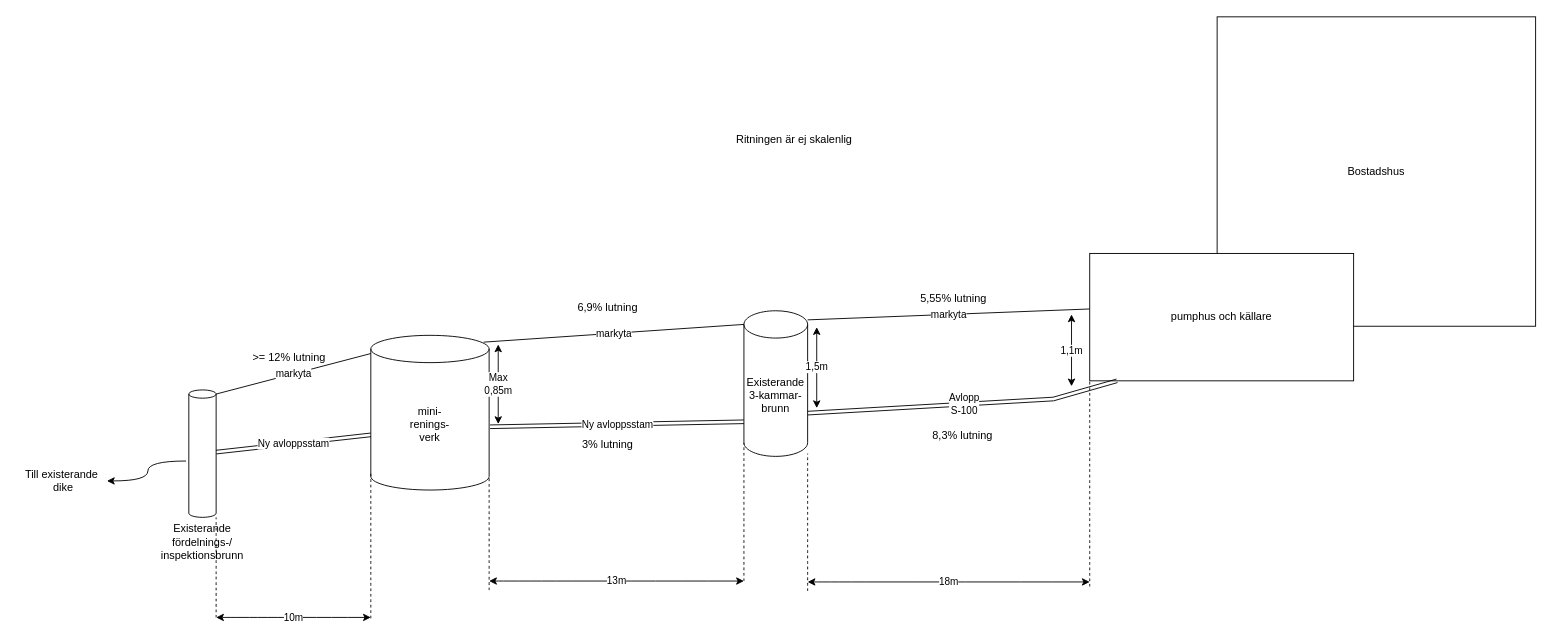
This is avlopp/avlopp.drawio from arizon-dread/drawio, a draw.io file, before an edit. Source tidied: cells renumbered, new cells numbered last; positions are measured from the earlier drawing's top-left corner, leaving out a move shared by most shapes. Both pictures are drawn from the tidied source at 91%, with x=0, y=0 at pixel (15, 16).
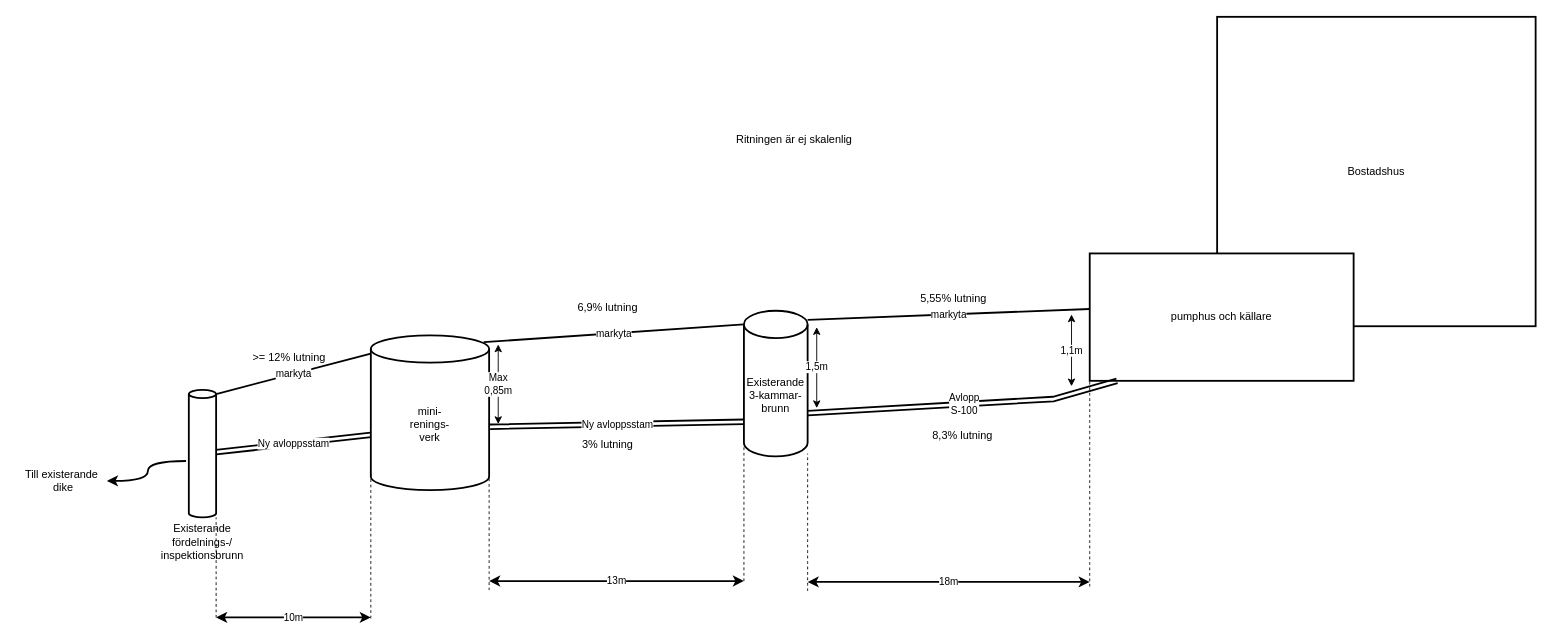
After the change.

Commit message:
fetare linjer

The change refers to these unchanged cells:
```xml
<mxCell id="12" value="Till existerande&lt;br&gt;&amp;nbsp;dike" style="text;html=1;align=center;verticalAlign=middle;points=[];strokeColor=none;fillColor=none;" parent="1" vertex="1">
  <mxGeometry y="490" width="100" height="40" as="geometry" />
</mxCell>
```

The edit, as a diff of the source:
```diff
@@
-    <mxCell id="2" value="Bostadshus" style="rounded=0;whiteSpace=wrap;html=1;" parent="1" vertex="1">
+    <mxCell id="2" value="Bostadshus" style="rounded=0;whiteSpace=wrap;html=1;strokeWidth=2;" parent="1" vertex="1">
       <mxGeometry x="1320" width="350" height="340" as="geometry" />
     </mxCell>
-    <mxCell id="3" value="pumphus och källare" style="rounded=0;whiteSpace=wrap;html=1;" parent="1" vertex="1">
+    <mxCell id="3" value="pumphus och källare" style="rounded=0;whiteSpace=wrap;html=1;strokeWidth=2;" parent="1" vertex="1">
       <mxGeometry x="1180" y="260" width="290" height="140" as="geometry" />
     </mxCell>
-    <mxCell id="4" value="Existerande&lt;br&gt;3-kammar-&lt;br&gt;brunn" style="shape=cylinder3;whiteSpace=wrap;html=1;boundedLbl=1;backgroundOutline=1;size=15;" parent="1" vertex="1">
+    <mxCell id="4" value="Existerande&lt;br&gt;3-kammar-&lt;br&gt;brunn" style="shape=cylinder3;whiteSpace=wrap;html=1;boundedLbl=1;backgroundOutline=1;size=15;strokeWidth=2;" parent="1" vertex="1">
       <mxGeometry x="800" y="323" width="70" height="160" as="geometry" />
     </mxCell>
-    <mxCell id="5" value="markyta" style="endArrow=none;html=1;rounded=0;exitX=1;exitY=0;exitDx=0;exitDy=15;exitPerimeter=0;entryX=0;entryY=0.436;entryDx=0;entryDy=0;entryPerimeter=0;" parent="1" edge="1" target="3">
+    <mxCell id="5" value="markyta" style="endArrow=none;html=1;rounded=0;exitX=1;exitY=0;exitDx=0;exitDy=15;exitPerimeter=0;entryX=0;entryY=0.436;entryDx=0;entryDy=0;entryPerimeter=0;strokeWidth=2;" parent="1" edge="1" target="3">
       <mxGeometry relative="1" as="geometry">
         <mxPoint x="870" y="333" as="sourcePoint" />
       </mxGeometry>
     </mxCell>
@@
-    <mxCell id="7" value="mini-&lt;br&gt;renings-&lt;br&gt;verk" style="shape=cylinder3;whiteSpace=wrap;html=1;boundedLbl=1;backgroundOutline=1;size=15;" parent="1" vertex="1">
+    <mxCell id="7" value="mini-&lt;br&gt;renings-&lt;br&gt;verk" style="shape=cylinder3;whiteSpace=wrap;html=1;boundedLbl=1;backgroundOutline=1;size=15;strokeWidth=2;" parent="1" vertex="1">
       <mxGeometry x="390" y="350" width="130" height="170" as="geometry" />
     </mxCell>
@@
-    <mxCell id="9" value="markyta" style="endArrow=none;html=1;rounded=0;exitX=0.954;exitY=0.044;exitDx=0;exitDy=0;exitPerimeter=0;entryX=0;entryY=0;entryDx=0;entryDy=15;entryPerimeter=0;" parent="1" edge="1" source="7" target="4">
+    <mxCell id="9" value="markyta" style="endArrow=none;html=1;rounded=0;exitX=0.954;exitY=0.044;exitDx=0;exitDy=0;exitPerimeter=0;entryX=0;entryY=0;entryDx=0;entryDy=15;entryPerimeter=0;strokeWidth=2;" parent="1" edge="1" source="7" target="4">
       <mxGeometry relative="1" as="geometry" />
     </mxCell>
-    <mxCell id="10" style="edgeStyle=orthogonalEdgeStyle;rounded=0;jettySize=auto;html=1;curved=1;exitX=-0.102;exitY=0.558;exitDx=0;exitDy=0;exitPerimeter=0;" parent="1" edge="1" source="11" target="12">
+    <mxCell id="10" style="edgeStyle=orthogonalEdgeStyle;rounded=0;jettySize=auto;html=1;curved=1;exitX=-0.102;exitY=0.558;exitDx=0;exitDy=0;exitPerimeter=0;strokeWidth=2;" parent="1" edge="1" source="11" target="12">
       <mxGeometry relative="1" as="geometry" />
     </mxCell>
-    <mxCell id="11" value="&lt;br&gt;&lt;br&gt;&lt;br&gt;&lt;br&gt;&lt;br&gt;&lt;br&gt;&lt;br&gt;&lt;br&gt;&lt;br&gt;&lt;br&gt;&lt;br&gt;&lt;br&gt;&lt;br&gt;Existerande&lt;br&gt;fördelnings-/&lt;br&gt;inspektionsbrunn" style="shape=cylinder3;whiteSpace=wrap;html=1;boundedLbl=1;backgroundOutline=1;size=4.52941176470614;" parent="1" vertex="1">
+    <mxCell id="11" value="&lt;br&gt;&lt;br&gt;&lt;br&gt;&lt;br&gt;&lt;br&gt;&lt;br&gt;&lt;br&gt;&lt;br&gt;&lt;br&gt;&lt;br&gt;&lt;br&gt;&lt;br&gt;&lt;br&gt;Existerande&lt;br&gt;fördelnings-/&lt;br&gt;inspektionsbrunn" style="shape=cylinder3;whiteSpace=wrap;html=1;boundedLbl=1;backgroundOutline=1;size=4.52941176470614;strokeWidth=2;" parent="1" vertex="1">
       <mxGeometry x="190" y="410" width="30" height="140" as="geometry" />
     </mxCell>
@@
-    <mxCell id="13" value="markyta" style="endArrow=none;html=1;rounded=0;exitX=1;exitY=0;exitDx=0;exitDy=4.52941176470614;exitPerimeter=0;entryX=0;entryY=0;entryDx=0;entryDy=15;entryPerimeter=0;" parent="1" edge="1" source="11">
+    <mxCell id="13" value="markyta" style="endArrow=none;html=1;rounded=0;exitX=1;exitY=0;exitDx=0;exitDy=4.52941176470614;exitPerimeter=0;entryX=0;entryY=0;entryDx=0;entryDy=15;entryPerimeter=0;strokeWidth=2;" parent="1" edge="1" source="11">
       <mxGeometry relative="1" as="geometry">
         <mxPoint x="390" y="370" as="targetPoint" />
       </mxGeometry>
     </mxCell>
-    <mxCell id="14" value="Avlopp&lt;br&gt;S-100" style="shape=link;html=1;rounded=0;strokeColor=default;startArrow=classic;startFill=1;curved=1;exitX=1;exitY=0;exitDx=0;exitDy=112.5;exitPerimeter=0;" parent="1" edge="1" source="4">
+    <mxCell id="14" value="Avlopp&lt;br&gt;S-100" style="shape=link;html=1;rounded=0;strokeColor=default;startArrow=classic;startFill=1;curved=1;exitX=1;exitY=0;exitDx=0;exitDy=112.5;exitPerimeter=0;strokeWidth=2;" parent="1" edge="1" source="4">
       <mxGeometry relative="1" as="geometry">
         <mxPoint x="1210" y="400" as="targetPoint" />
         <Array as="points">
           <mxPoint x="1140" y="420" />
         </Array>
       </mxGeometry>
     </mxCell>
@@
-    <mxCell id="18" value="Ny avloppsstam" style="shape=link;html=1;rounded=0;strokeColor=default;startArrow=classic;startFill=1;curved=1;exitX=1.008;exitY=0.591;exitDx=0;exitDy=0;exitPerimeter=0;" parent="1" edge="1" source="7">
+    <mxCell id="18" value="Ny avloppsstam" style="shape=link;html=1;rounded=0;strokeColor=default;startArrow=classic;startFill=1;curved=1;exitX=1.008;exitY=0.591;exitDx=0;exitDy=0;exitPerimeter=0;strokeWidth=2;" parent="1" edge="1" source="7">
       <mxGeometry relative="1" as="geometry">
         <mxPoint x="800" y="445" as="targetPoint" />
       </mxGeometry>
     </mxCell>
@@
-    <mxCell id="23" value="Ny avloppsstam" style="shape=link;html=1;rounded=0;strokeColor=default;startArrow=classic;startFill=1;curved=1;" parent="1" edge="1" source="11">
+    <mxCell id="23" value="Ny avloppsstam" style="shape=link;html=1;rounded=0;strokeColor=default;startArrow=classic;startFill=1;curved=1;strokeWidth=2;" parent="1" edge="1" source="11">
       <mxGeometry relative="1" as="geometry">
         <mxPoint x="390" y="459.4" as="targetPoint" />
       </mxGeometry>
     </mxCell>
@@
-    <mxCell id="26" value="18m" style="endArrow=classic;startArrow=classic;html=1;rounded=0;strokeColor=default;curved=1;" parent="1" edge="1">
+    <mxCell id="26" value="18m" style="endArrow=classic;startArrow=classic;html=1;rounded=0;strokeColor=default;curved=1;strokeWidth=2;" parent="1" edge="1">
       <mxGeometry relative="1" as="geometry">
         <mxPoint x="870" y="621" as="sourcePoint" />
         <mxPoint x="1180" y="621" as="targetPoint" />
       </mxGeometry>
     </mxCell>
@@
-    <mxCell id="29" value="13m" style="endArrow=classic;startArrow=classic;html=1;rounded=0;strokeColor=default;curved=1;" parent="1" edge="1">
+    <mxCell id="29" value="13m" style="endArrow=classic;startArrow=classic;html=1;rounded=0;strokeColor=default;curved=1;strokeWidth=2;" parent="1" edge="1">
       <mxGeometry relative="1" as="geometry">
         <mxPoint x="520" y="620" as="sourcePoint" />
         <mxPoint x="800" y="620" as="targetPoint" />
       </mxGeometry>
     </mxCell>
@@
-    <mxCell id="32" value="10m" style="endArrow=classic;startArrow=classic;html=1;rounded=0;strokeColor=default;curved=1;" parent="1" edge="1">
+    <mxCell id="32" value="10m" style="endArrow=classic;startArrow=classic;html=1;rounded=0;strokeColor=default;curved=1;strokeWidth=2;" parent="1" edge="1">
       <mxGeometry relative="1" as="geometry">
         <mxPoint x="220" y="660" as="sourcePoint" />
         <mxPoint x="390" y="660" as="targetPoint" />
       </mxGeometry>
     </mxCell>
```
